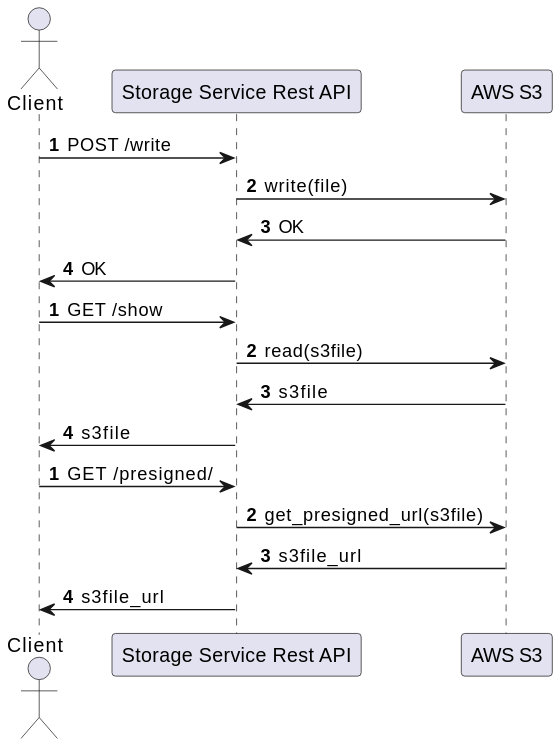
The PlantUML diagram StorageServiceDiagram.svg in adetola-adewodu/storage-service, before a commit.
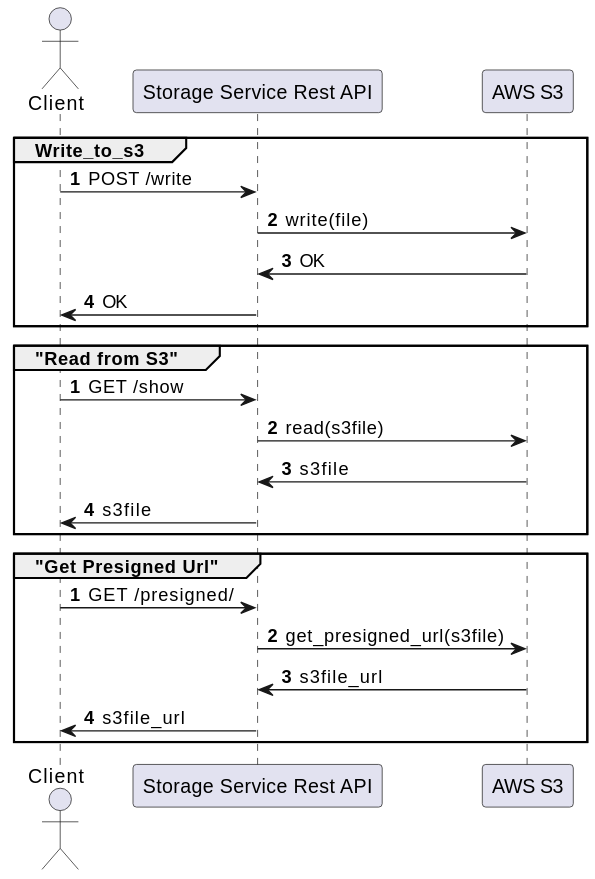
The same diagram one commit later.

Commit message:
Added groups to the diagram

Diff of the diagram source:
```diff
@@ -1,24 +1,29 @@
 @startuml
 actor Client
 
+group Write_to_s3
 autonumber
 
 Client -> "Storage Service Rest API": POST /write
 "Storage Service Rest API" -> "AWS S3": write(file)
 "AWS S3" -> "Storage Service Rest API": OK
 "Storage Service Rest API" -> Client: OK
+end
 
 autonumber
 
+group "Read from S3"
 Client -> "Storage Service Rest API": GET /show
 "Storage Service Rest API" ->  "AWS S3": read(s3file)
 "AWS S3" -> "Storage Service Rest API": s3file
 "Storage Service Rest API" -> Client: s3file
+end
 
 autonumber
-
+group "Get Presigned Url"
 Client -> "Storage Service Rest API": GET /presigned/
 "Storage Service Rest API" ->  "AWS S3": get_presigned_url(s3file)
 "AWS S3" -> "Storage Service Rest API": s3file_url
 "Storage Service Rest API" -> Client: s3file_url
+end
 @enduml
```
